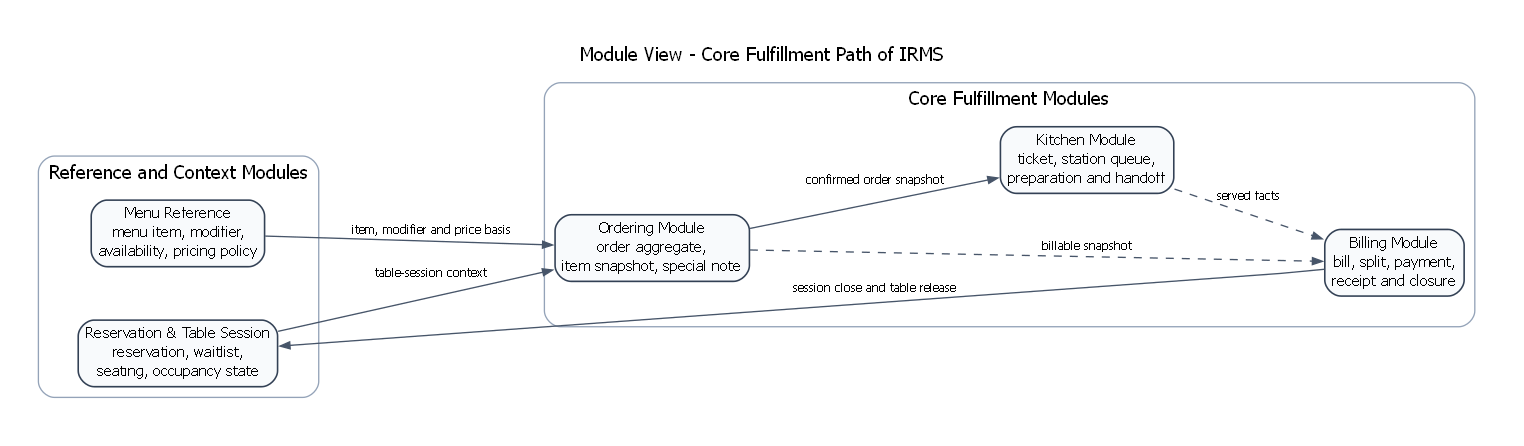
Earlier version of the Graphviz export assets/diagrams/rendered/architecture/07_module_view_core_fulfillment_path.png (lehoangluan1/SA_IRMS). Its source is kept beside it as assets/diagrams/source/architecture/07_module_view_core_fulfillment_path.dot. Its diagram source:
```dot
digraph G {
  graph [
    rankdir=LR,
    newrank=true,
    bgcolor="white",
    splines=polyline,
    nodesep=0.55,
    ranksep=0.9,
    pad=0.4,
    fontname="DejaVu Sans",
    labelloc="t",
    label="Module View - Core Fulfillment Path of IRMS"
  ];

  node [
    shape=box,
    style="rounded,filled",
    fillcolor="#F8FAFC",
    color="#334155",
    fontname="DejaVu Sans",
    fontsize=11,
    penwidth=1.2,
    margin="0.08,0.05"
  ];

  edge [
    fontname="DejaVu Sans",
    fontsize=9,
    color="#475569",
    arrowsize=0.75
  ];

  subgraph cluster_context {
    label="Reference and Context Modules";
    color="#94A3B8";
    style="rounded";
    reservation [label="Reservation & Table Session\nreservation, waitlist,\nseating, occupancy state"];
    menu [label="Menu Reference\nmenu item, modifier,\navailability, pricing policy"];
  }

  subgraph cluster_core {
    label="Core Fulfillment Modules";
    color="#94A3B8";
    style="rounded";
    ordering [label="Ordering Module\norder aggregate,\nitem snapshot, special note"];
    kitchen [label="Kitchen Module\nticket, station queue,\npreparation and handoff"];
    billing [label="Billing Module\nbill, split, payment,\nreceipt and closure"];
  }

  reservation -> ordering [label="table-session context"];
  menu -> ordering [label="item, modifier and price basis"];
  ordering -> kitchen [label="confirmed order snapshot"];
  ordering -> billing [style=dashed, label="billable snapshot"];
  kitchen -> billing [style=dashed, label="served facts"];
  billing -> reservation [label="session close and table release"];
}
```
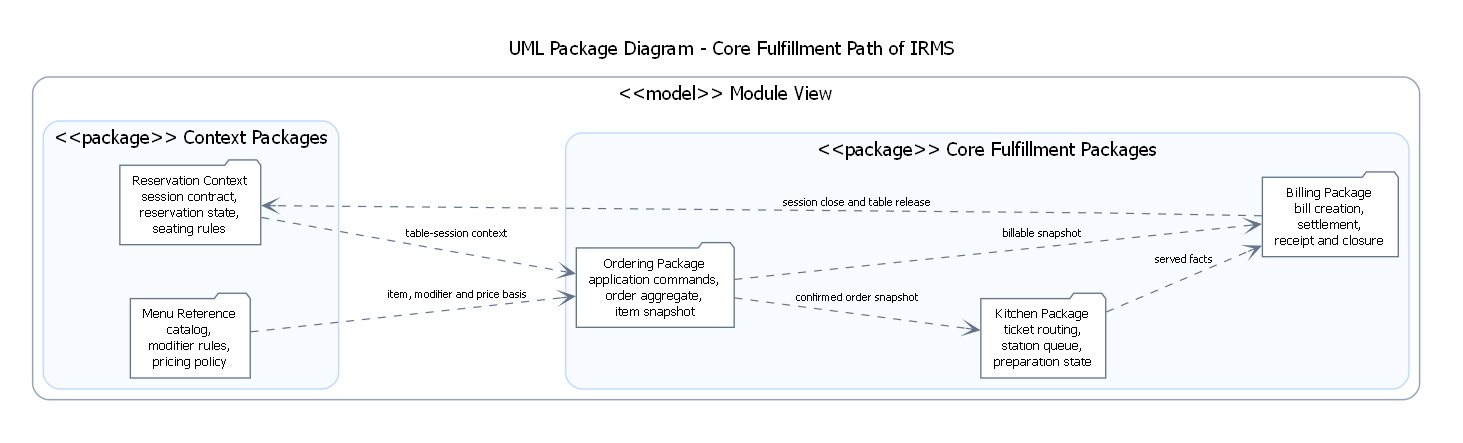
Later version of the same file.

Change to the diagram source:
```diff
@@ -2,55 +2,69 @@
   graph [
     rankdir=LR,
     newrank=true,
+    compound=true,
     bgcolor="white",
+    pad=0.34,
+    nodesep=0.56,
+    ranksep=1.02,
     splines=polyline,
-    nodesep=0.55,
-    ranksep=0.9,
-    pad=0.4,
     fontname="DejaVu Sans",
     labelloc="t",
-    label="Module View - Core Fulfillment Path of IRMS"
+    label="UML Package Diagram - Core Fulfillment Path of IRMS"
   ];
 
   node [
-    shape=box,
-    style="rounded,filled",
-    fillcolor="#F8FAFC",
-    color="#334155",
+    shape=folder,
+    style="filled",
+    fillcolor="#FFFFFF",
+    color="#64748B",
+    penwidth=1.0,
     fontname="DejaVu Sans",
-    fontsize=11,
-    penwidth=1.2,
-    margin="0.08,0.05"
+    fontsize=9.7,
+    margin="0.14,0.08"
   ];
 
   edge [
+    style=dashed,
+    arrowhead=vee,
+    color="#64748B",
+    penwidth=0.9,
     fontname="DejaVu Sans",
-    fontsize=9,
-    color="#475569",
-    arrowsize=0.75
+    fontsize=8.1
   ];
 
-  subgraph cluster_context {
-    label="Reference and Context Modules";
+  subgraph cluster_model {
+    label="<<model>> Module View";
     color="#94A3B8";
+    penwidth=1.1;
     style="rounded";
-    reservation [label="Reservation & Table Session\nreservation, waitlist,\nseating, occupancy state"];
-    menu [label="Menu Reference\nmenu item, modifier,\navailability, pricing policy"];
+
+    subgraph cluster_context {
+      label="<<package>> Context Packages";
+      color="#BFDBFE";
+      style="rounded,filled";
+      fillcolor="#F8FBFF";
+
+      reservation_context [label="Reservation Context\nsession contract,\nreservation state,\nseating rules"];
+      menu_reference [label="Menu Reference\ncatalog,\nmodifier rules,\npricing policy"];
+    }
+
+    subgraph cluster_execution {
+      label="<<package>> Core Fulfillment Packages";
+      color="#BFDBFE";
+      style="rounded,filled";
+      fillcolor="#F8FBFF";
+
+      ordering_package [label="Ordering Package\napplication commands,\norder aggregate,\nitem snapshot"];
+      kitchen_package [label="Kitchen Package\nticket routing,\nstation queue,\npreparation state"];
+      billing_package [label="Billing Package\nbill creation,\nsettlement,\nreceipt and closure"];
+    }
   }
 
-  subgraph cluster_core {
-    label="Core Fulfillment Modules";
-    color="#94A3B8";
-    style="rounded";
-    ordering [label="Ordering Module\norder aggregate,\nitem snapshot, special note"];
-    kitchen [label="Kitchen Module\nticket, station queue,\npreparation and handoff"];
-    billing [label="Billing Module\nbill, split, payment,\nreceipt and closure"];
-  }
-
-  reservation -> ordering [label="table-session context"];
-  menu -> ordering [label="item, modifier and price basis"];
-  ordering -> kitchen [label="confirmed order snapshot"];
-  ordering -> billing [style=dashed, label="billable snapshot"];
-  kitchen -> billing [style=dashed, label="served facts"];
-  billing -> reservation [label="session close and table release"];
+  reservation_context -> ordering_package [label="table-session context"];
+  menu_reference -> ordering_package [label="item, modifier and price basis"];
+  ordering_package -> kitchen_package [label="confirmed order snapshot"];
+  ordering_package -> billing_package [label="billable snapshot"];
+  kitchen_package -> billing_package [label="served facts"];
+  billing_package -> reservation_context [label="session close and table release"];
 }
```
